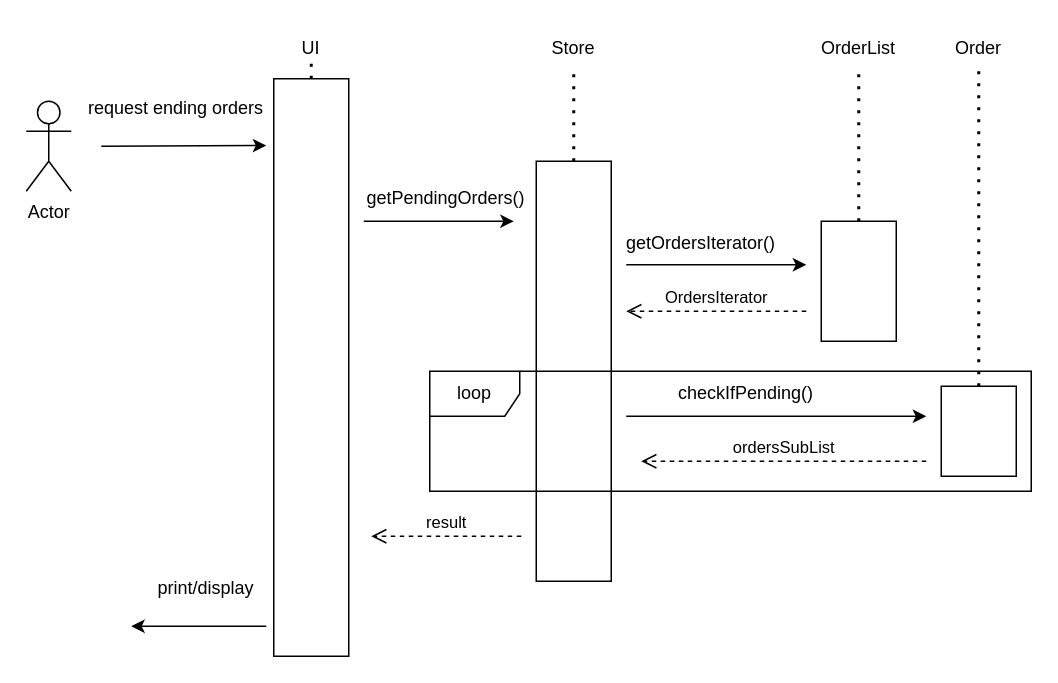
Earlier version of the draw.io diagram documents/Use Case -Pending Orders(1).drawio (andyphan000/ICS372GP1-1). Source tidied: cells renumbered, new cells numbered last; positions are measured from the earlier drawing's top-left corner, leaving out a move shared by most shapes. Both pictures are drawn from the tidied source at 150%, with x=0, y=0 at pixel (26, 26).
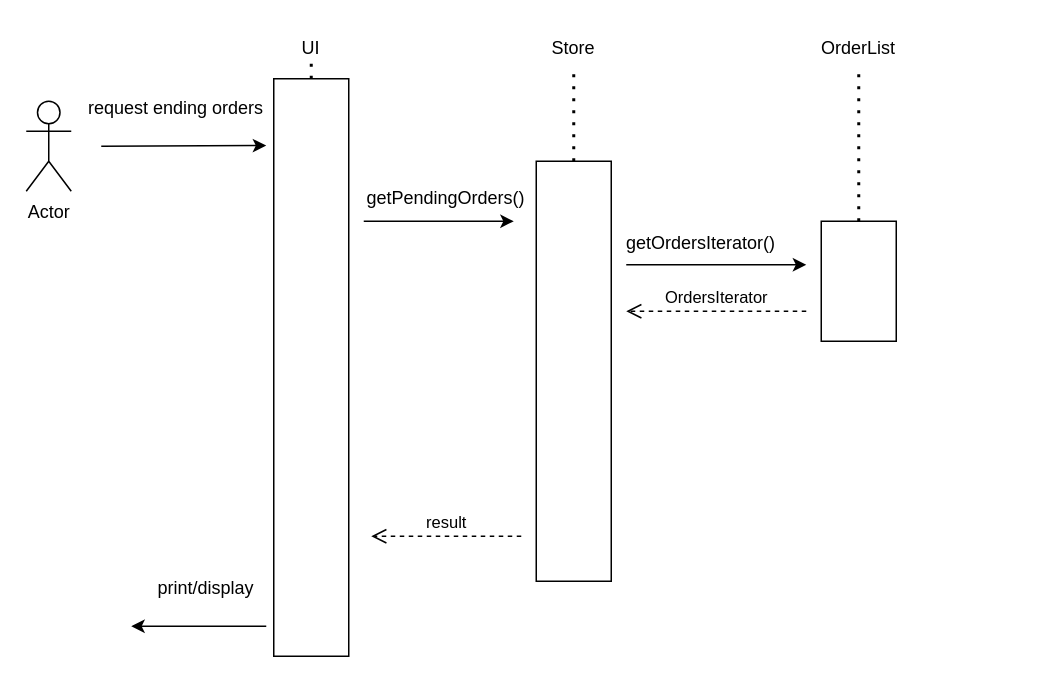
The same page after the edit.

Commit message:
Updated use case pending order diagram

Change to the diagram source:
```diff
@@
-    <mxCell id="13" style="rounded=0;whiteSpace=wrap;html=1;" parent="1" vertex="1">
-      <mxGeometry x="610" y="240" width="50" height="60" as="geometry" />
-    </mxCell>
@@
-    <mxCell id="16" value="checkIfPending()" style="text;html=1;strokeColor=none;fillColor=none;align=center;verticalAlign=middle;whiteSpace=wrap;rounded=0;" parent="1" vertex="1">
-      <mxGeometry x="450" y="230" width="60" height="30" as="geometry" />
-    </mxCell>
@@
-    <mxCell id="19" value="Order" style="text;html=1;strokeColor=none;fillColor=none;align=center;verticalAlign=middle;whiteSpace=wrap;rounded=0;" parent="1" vertex="1">
-      <mxGeometry x="605" width="60" height="30" as="geometry" />
-    </mxCell>
@@
-    <mxCell id="21" value="ordersSubList" style="html=1;verticalAlign=bottom;endArrow=open;dashed=1;endSize=8;rounded=0;" parent="1" edge="1">
-      <mxGeometry relative="1" as="geometry">
-        <mxPoint x="600" y="290" as="sourcePoint" />
-        <mxPoint x="410" y="290" as="targetPoint" />
-      </mxGeometry>
-    </mxCell>
-    <mxCell id="22" value="loop" style="shape=umlFrame;whiteSpace=wrap;html=1;" parent="1" vertex="1">
-      <mxGeometry x="269" y="230" width="401" height="80" as="geometry" />
-    </mxCell>
@@
-    <mxCell id="27" style="endArrow=none;dashed=1;html=1;dashPattern=1 3;strokeWidth=2;rounded=0;exitX=0.5;exitY=0;exitDx=0;exitDy=0;" parent="1" edge="1" source="13" target="19">
-      <mxGeometry relative="1" as="geometry" />
-    </mxCell>
-    <mxCell id="28" style="endArrow=classic;html=1;rounded=0;" parent="1" edge="1">
-      <mxGeometry relative="1" as="geometry">
-        <mxPoint x="400" y="260" as="sourcePoint" />
-        <mxPoint x="600" y="260" as="targetPoint" />
-      </mxGeometry>
-    </mxCell>
```
